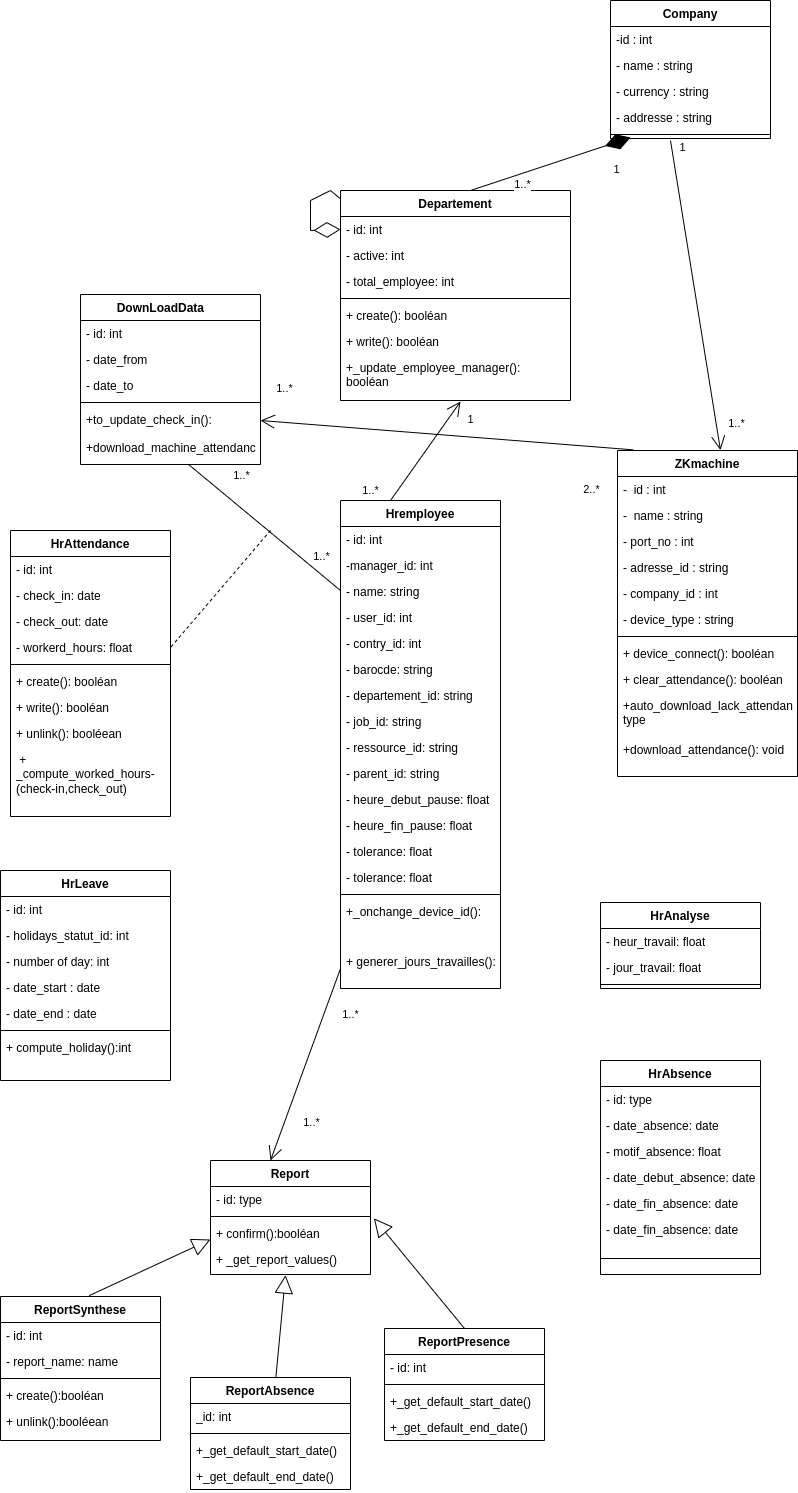
Before: static/Diagramme de classe.drawio.png, a diagram exported from draw.io (Siluearsene/borne_biometrique). Source tidied: cells renumbered, new cells last; positions are measured from the earlier drawing's top-left corner, leaving out a move shared by most shapes.
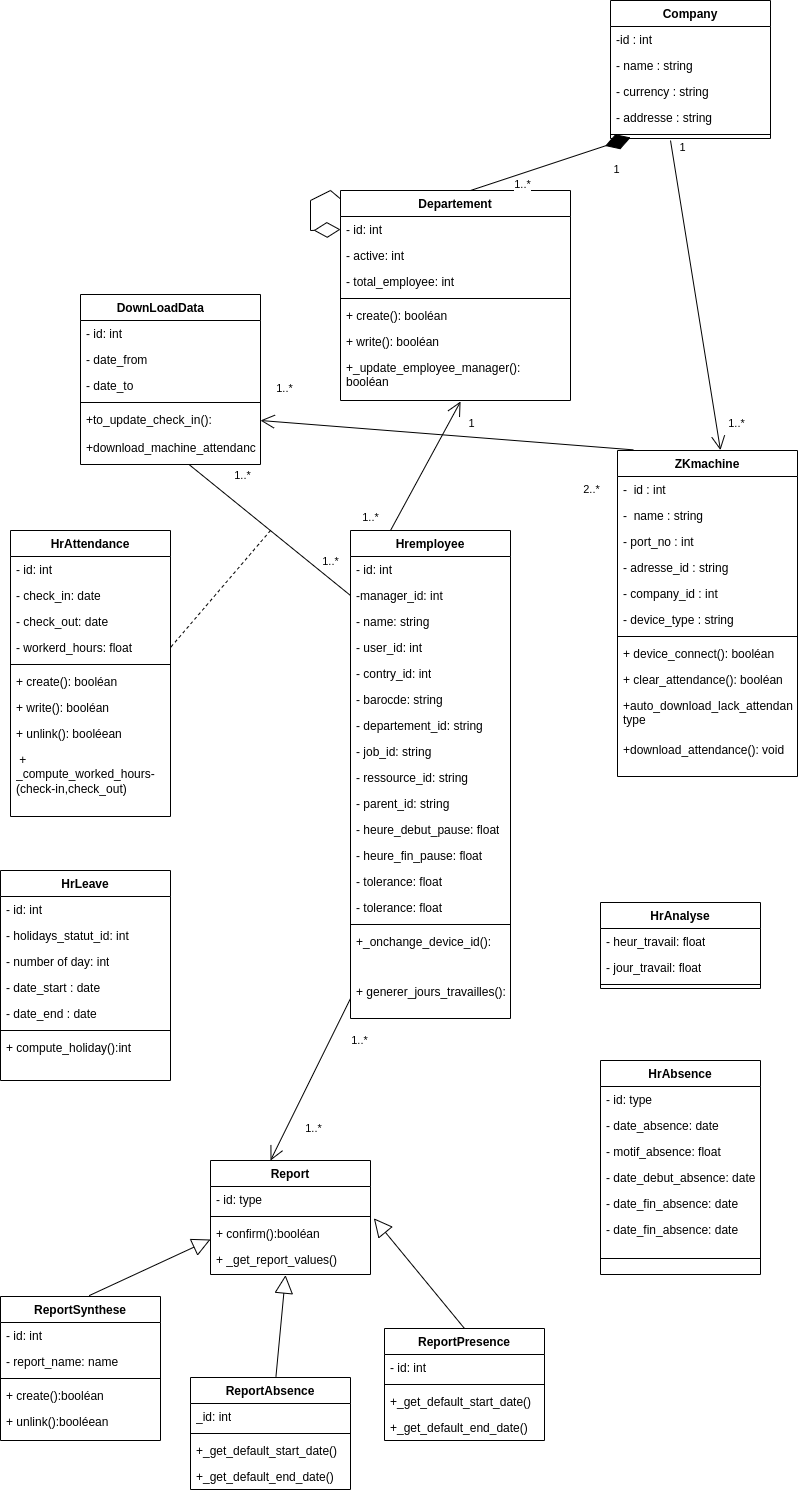
Above is the later version.

Commit message:
Mettre à jour Diagramme de classe.drawio.png

What changed in the source:
```diff
@@ -99,7 +99,7 @@
       <mxGeometry y="78" width="160" height="8" as="geometry" />
     </mxCell>
     <mxCell id="34" value="Hremployee" style="swimlane;fontStyle=1;align=center;verticalAlign=top;horizontal=1;startSize=26;whiteSpace=wrap;html=1;" parent="1" vertex="1">
-      <mxGeometry x="340" y="500" width="160" height="488" as="geometry" />
+      <mxGeometry x="350" y="530" width="160" height="488" as="geometry" />
     </mxCell>
     <mxCell id="35" value="- id: int" style="text;strokeColor=none;fillColor=none;align=left;verticalAlign=top;spacingLeft=4;spacingRight=4;overflow=hidden;whiteSpace=wrap;html=1;" parent="34" vertex="1">
       <mxGeometry y="26" width="160" height="26" as="geometry" />
@@ -367,10 +367,8 @@
         <mxPoint x="19" y="-13" as="offset" />
       </mxGeometry>
     </mxCell>
-    <mxCell id="117" style="endArrow=none;html=1;rounded=0;" parent="1" edge="1" target="79">
-      <mxGeometry relative="1" as="geometry">
-        <mxPoint x="340" y="590" as="sourcePoint" />
-      </mxGeometry>
+    <mxCell id="117" style="endArrow=none;html=1;rounded=0;exitX=0;exitY=0.5;exitDx=0;exitDy=0;" parent="1" edge="1" source="36" target="79">
+      <mxGeometry relative="1" as="geometry" />
     </mxCell>
     <mxCell id="118" value="1..*" style="edgeLabel;html=1;align=center;verticalAlign=middle;" parent="117" vertex="1">
       <mxGeometry x="-0.69" y="1" relative="1" as="geometry">
@@ -400,10 +398,8 @@
         <mxPoint x="25" as="offset" />
       </mxGeometry>
     </mxCell>
-    <mxCell id="124" style="endArrow=open;endFill=1;endSize=12;html=1;rounded=0;entryX=0.522;entryY=1.022;entryDx=0;entryDy=0;entryPerimeter=0;" parent="1" edge="1" target="92">
-      <mxGeometry relative="1" as="geometry">
-        <mxPoint x="390" y="500" as="sourcePoint" />
-      </mxGeometry>
+    <mxCell id="124" style="endArrow=open;endFill=1;endSize=12;html=1;rounded=0;entryX=0.522;entryY=1.022;entryDx=0;entryDy=0;entryPerimeter=0;exitX=0.25;exitY=0;exitDx=0;exitDy=0;" parent="1" edge="1" source="34" target="92">
+      <mxGeometry relative="1" as="geometry" />
     </mxCell>
     <mxCell id="125" value="1..*" style="edgeLabel;html=1;align=center;verticalAlign=middle;" parent="124" vertex="1">
       <mxGeometry x="-0.74" y="4" relative="1" as="geometry">
```
